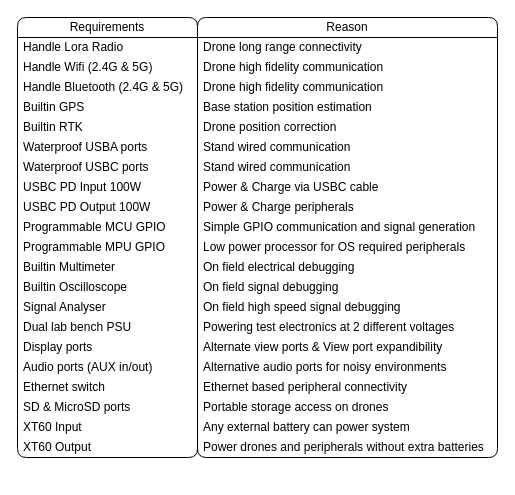
Ornithopter-Project/Base-Station keeps this draw.io diagram as page "Brainstorm" (2 of 5) of Documents/Diagram.drawio. Above is the earlier version. Source tidied: cells renumbered, new cells numbered last; positions are measured from the earlier drawing's top-left corner, leaving out a move shared by most shapes. Both pictures are drawn from the tidied source at 100%, with x=0, y=0 at pixel (17, 17).
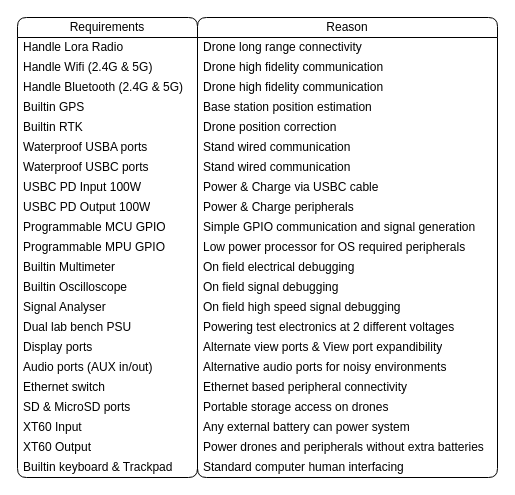
The same diagram, later.

The edit, as a diff of the source:
```diff
@@
     <mxCell id="2" value="Requirements" style="swimlane;fontStyle=0;horizontal=1;startSize=20;whiteSpace=wrap;html=1;rounded=1;swimlaneLine=1;shadow=0;" parent="1" vertex="1">
-      <mxGeometry width="180" height="440" as="geometry" />
+      <mxGeometry width="180" height="460" as="geometry" />
     </mxCell>
@@
+    <mxCell id="46" value="Builtin keyboard &amp;amp; Trackpad" style="text;strokeColor=none;fillColor=none;align=left;verticalAlign=middle;spacingLeft=4;spacingRight=4;overflow=hidden;whiteSpace=wrap;html=1;" parent="2" vertex="1">
+      <mxGeometry y="440" width="180" height="20" as="geometry" />
+    </mxCell>
     <mxCell id="24" value="Reason" style="swimlane;fontStyle=0;horizontal=1;startSize=20;whiteSpace=wrap;html=1;rounded=1;swimlaneLine=1;shadow=0;" parent="1" vertex="1">
-      <mxGeometry x="180" width="300" height="440" as="geometry" />
+      <mxGeometry x="180" width="300" height="460" as="geometry" />
     </mxCell>
@@
+    <mxCell id="47" value="Standard computer human interfacing" style="text;strokeColor=none;fillColor=none;align=left;verticalAlign=middle;spacingLeft=4;spacingRight=4;overflow=hidden;whiteSpace=wrap;html=1;" parent="24" vertex="1">
+      <mxGeometry y="440" width="300" height="20" as="geometry" />
+    </mxCell>
```
